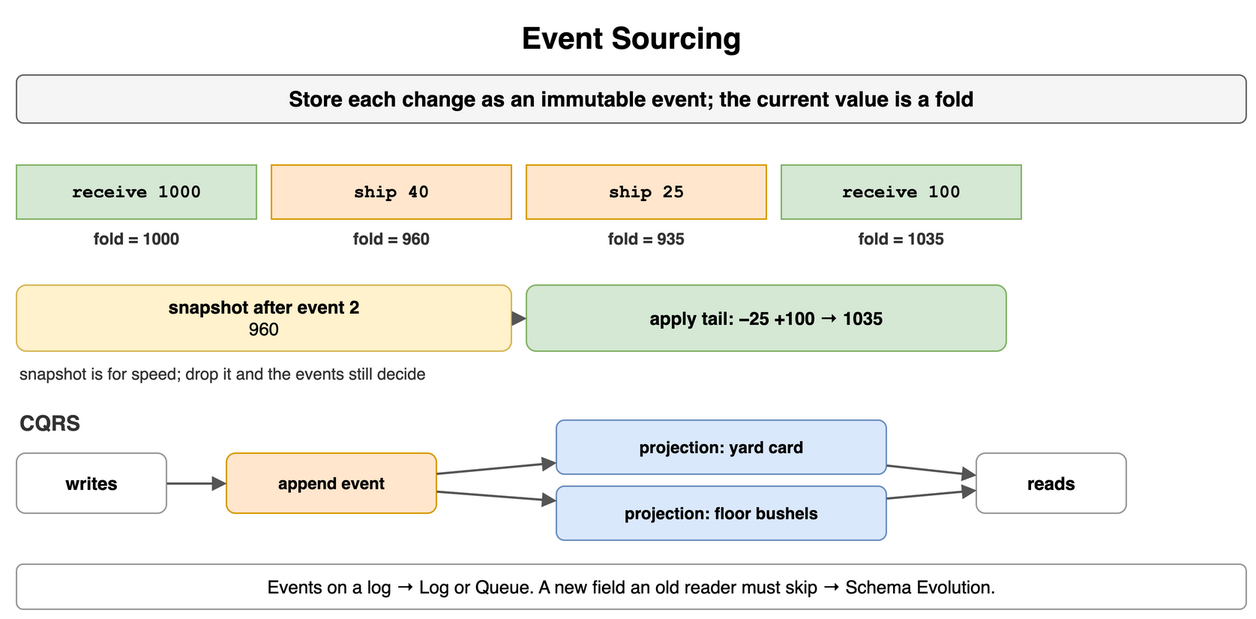
Above: content/09_System_Design_Interview/13_Storage_and_Data_Processing_at_Scale/diagrams/storage-processing-10-event-sourcing.png in amendez13/swe-study-guide (draw.io), before the change. Source tidied: cells renumbered, new cells last; positions are measured from the earlier drawing's top-left corner, leaving out a move shared by most shapes.
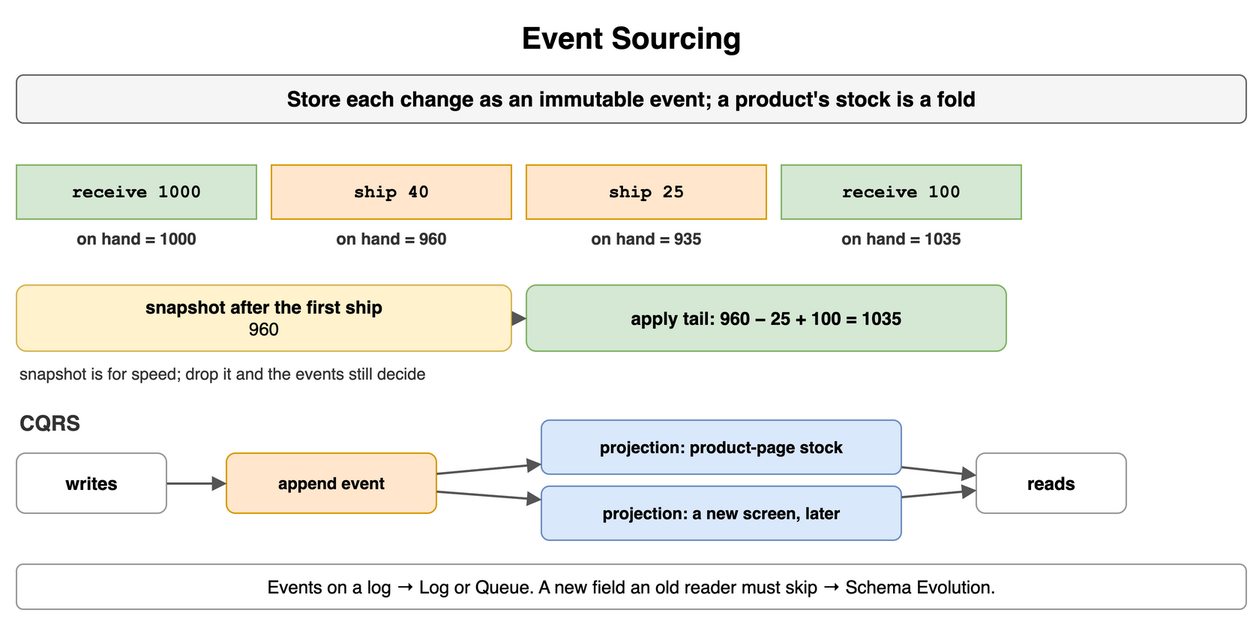
The same file after the commit.

Diff of the diagram source:
```diff
@@ -5,37 +5,37 @@
     <mxCell id="2" value="Event Sourcing" style="text;html=1;align=center;verticalAlign=middle;whiteSpace=wrap;fontSize=20;fontStyle=1;" parent="1" vertex="1">
       <mxGeometry width="820" height="30" as="geometry" />
     </mxCell>
-    <mxCell id="3" value="Store each change as an immutable event; the current value is a fold" style="rounded=1;whiteSpace=wrap;html=1;fillColor=#f5f5f5;strokeColor=#666666;fontStyle=1;fontSize=14;" parent="1" vertex="1">
+    <mxCell id="3" value="Store each change as an immutable event; a product's stock is a fold" style="rounded=1;whiteSpace=wrap;html=1;fillColor=#f5f5f5;strokeColor=#666666;fontStyle=1;fontSize=14;" parent="1" vertex="1">
       <mxGeometry y="40" width="820" height="32" as="geometry" />
     </mxCell>
     <mxCell id="4" value="receive 1000" style="rounded=0;whiteSpace=wrap;html=1;fontFamily=Courier New;fontStyle=1;fontSize=13;fillColor=#d5e8d4;strokeColor=#82b366;fontSize=12;" parent="1" vertex="1">
       <mxGeometry y="100" width="160" height="36" as="geometry" />
     </mxCell>
-    <mxCell id="5" value="fold = 1000" style="text;html=1;whiteSpace=wrap;fontSize=11;align=center;verticalAlign=middle;fontSize=11;fontColor=#333333;fontStyle=1;" parent="1" vertex="1">
+    <mxCell id="5" value="on hand = 1000" style="text;html=1;whiteSpace=wrap;fontSize=11;align=center;verticalAlign=middle;fontSize=11;fontColor=#333333;fontStyle=1;" parent="1" vertex="1">
       <mxGeometry y="140" width="160" height="18" as="geometry" />
     </mxCell>
     <mxCell id="6" value="ship 40" style="rounded=0;whiteSpace=wrap;html=1;fontFamily=Courier New;fontStyle=1;fontSize=13;fillColor=#ffe6cc;strokeColor=#d79b00;fontSize=12;" parent="1" vertex="1">
       <mxGeometry x="170" y="100" width="160" height="36" as="geometry" />
     </mxCell>
-    <mxCell id="7" value="fold = 960" style="text;html=1;whiteSpace=wrap;fontSize=11;align=center;verticalAlign=middle;fontSize=11;fontColor=#333333;fontStyle=1;" parent="1" vertex="1">
+    <mxCell id="7" value="on hand = 960" style="text;html=1;whiteSpace=wrap;fontSize=11;align=center;verticalAlign=middle;fontSize=11;fontColor=#333333;fontStyle=1;" parent="1" vertex="1">
       <mxGeometry x="170" y="140" width="160" height="18" as="geometry" />
     </mxCell>
     <mxCell id="8" value="ship 25" style="rounded=0;whiteSpace=wrap;html=1;fontFamily=Courier New;fontStyle=1;fontSize=13;fillColor=#ffe6cc;strokeColor=#d79b00;fontSize=12;" parent="1" vertex="1">
       <mxGeometry x="340" y="100" width="160" height="36" as="geometry" />
     </mxCell>
-    <mxCell id="9" value="fold = 935" style="text;html=1;whiteSpace=wrap;fontSize=11;align=center;verticalAlign=middle;fontSize=11;fontColor=#333333;fontStyle=1;" parent="1" vertex="1">
+    <mxCell id="9" value="on hand = 935" style="text;html=1;whiteSpace=wrap;fontSize=11;align=center;verticalAlign=middle;fontSize=11;fontColor=#333333;fontStyle=1;" parent="1" vertex="1">
       <mxGeometry x="340" y="140" width="160" height="18" as="geometry" />
     </mxCell>
     <mxCell id="10" value="receive 100" style="rounded=0;whiteSpace=wrap;html=1;fontFamily=Courier New;fontStyle=1;fontSize=13;fillColor=#d5e8d4;strokeColor=#82b366;fontSize=12;" parent="1" vertex="1">
       <mxGeometry x="510" y="100" width="160" height="36" as="geometry" />
     </mxCell>
-    <mxCell id="11" value="fold = 1035" style="text;html=1;whiteSpace=wrap;fontSize=11;align=center;verticalAlign=middle;fontSize=11;fontColor=#333333;fontStyle=1;" parent="1" vertex="1">
+    <mxCell id="11" value="on hand = 1035" style="text;html=1;whiteSpace=wrap;fontSize=11;align=center;verticalAlign=middle;fontSize=11;fontColor=#333333;fontStyle=1;" parent="1" vertex="1">
       <mxGeometry x="510" y="140" width="160" height="18" as="geometry" />
     </mxCell>
-    <mxCell id="12" value="snapshot after event 2&lt;br&gt;&lt;span style='font-weight:normal'&gt;960&lt;/span&gt;" style="rounded=1;whiteSpace=wrap;html=1;fillColor=#fff2cc;strokeColor=#d6b656;fontSize=12;align=center;fontStyle=1;" parent="1" vertex="1">
+    <mxCell id="12" value="snapshot after the first ship&lt;br&gt;&lt;span style='font-weight:normal'&gt;960&lt;/span&gt;" style="rounded=1;whiteSpace=wrap;html=1;fillColor=#fff2cc;strokeColor=#d6b656;fontSize=12;align=center;fontStyle=1;" parent="1" vertex="1">
       <mxGeometry y="180" width="330" height="44" as="geometry" />
     </mxCell>
-    <mxCell id="13" value="apply tail: −25 +100 → 1035" style="rounded=1;whiteSpace=wrap;html=1;fillColor=#d5e8d4;strokeColor=#82b366;fontSize=12;align=center;fontStyle=1;" parent="1" vertex="1">
+    <mxCell id="13" value="apply tail: 960 − 25 + 100 = 1035" style="rounded=1;whiteSpace=wrap;html=1;fillColor=#d5e8d4;strokeColor=#82b366;fontSize=12;align=center;fontStyle=1;" parent="1" vertex="1">
       <mxGeometry x="340" y="180" width="320" height="44" as="geometry" />
     </mxCell>
     <mxCell id="14" style="endArrow=block;endSize=6;html=1;strokeWidth=1.5;strokeColor=#555555;fontSize=11;labelBackgroundColor=#ffffff;" parent="1" edge="1" source="12" target="13">
@@ -53,11 +53,11 @@
     <mxCell id="18" value="append event" style="rounded=1;whiteSpace=wrap;html=1;fillColor=#ffe6cc;strokeColor=#d79b00;fontSize=11;align=center;fontStyle=1;" parent="1" vertex="1">
       <mxGeometry x="140" y="292" width="140" height="40" as="geometry" />
     </mxCell>
-    <mxCell id="19" value="projection: yard card" style="rounded=1;whiteSpace=wrap;html=1;fillColor=#dae8fc;strokeColor=#6c8ebf;fontSize=11;align=center;fontStyle=1;" parent="1" vertex="1">
-      <mxGeometry x="360" y="270" width="220" height="36" as="geometry" />
+    <mxCell id="19" value="projection: product-page stock" style="rounded=1;whiteSpace=wrap;html=1;fillColor=#dae8fc;strokeColor=#6c8ebf;fontSize=11;align=center;fontStyle=1;" parent="1" vertex="1">
+      <mxGeometry x="350" y="270" width="240" height="36" as="geometry" />
     </mxCell>
-    <mxCell id="20" value="projection: floor bushels" style="rounded=1;whiteSpace=wrap;html=1;fillColor=#dae8fc;strokeColor=#6c8ebf;fontSize=11;align=center;fontStyle=1;" parent="1" vertex="1">
-      <mxGeometry x="360" y="314" width="220" height="36" as="geometry" />
+    <mxCell id="20" value="projection: a new screen, later" style="rounded=1;whiteSpace=wrap;html=1;fillColor=#dae8fc;strokeColor=#6c8ebf;fontSize=11;align=center;fontStyle=1;" parent="1" vertex="1">
+      <mxGeometry x="350" y="314" width="240" height="36" as="geometry" />
     </mxCell>
     <mxCell id="21" value="reads" style="rounded=1;whiteSpace=wrap;html=1;fillColor=#ffffff;strokeColor=#999999;fontSize=12;align=center;fontStyle=1;" parent="1" vertex="1">
       <mxGeometry x="640" y="292" width="100" height="40" as="geometry" />
```
